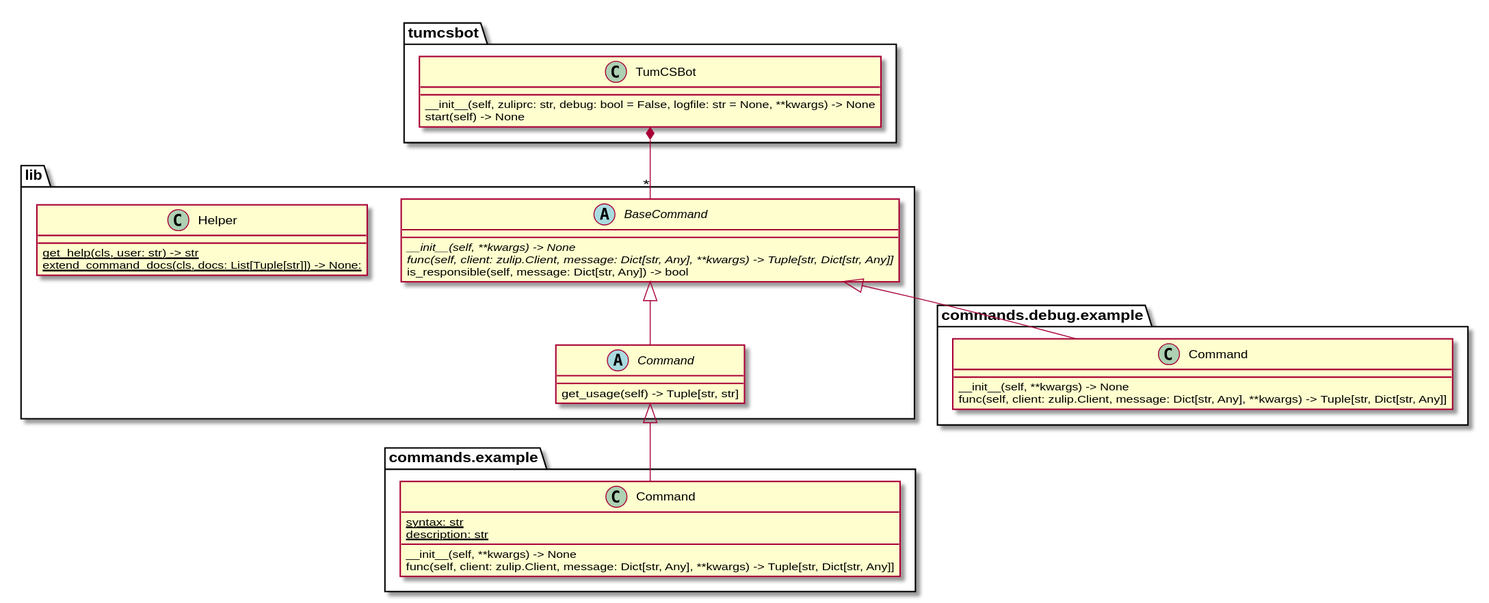
ro-i/tumcsbot keeps this PlantUML diagram as class_diagram.svg. Above is the earlier version.
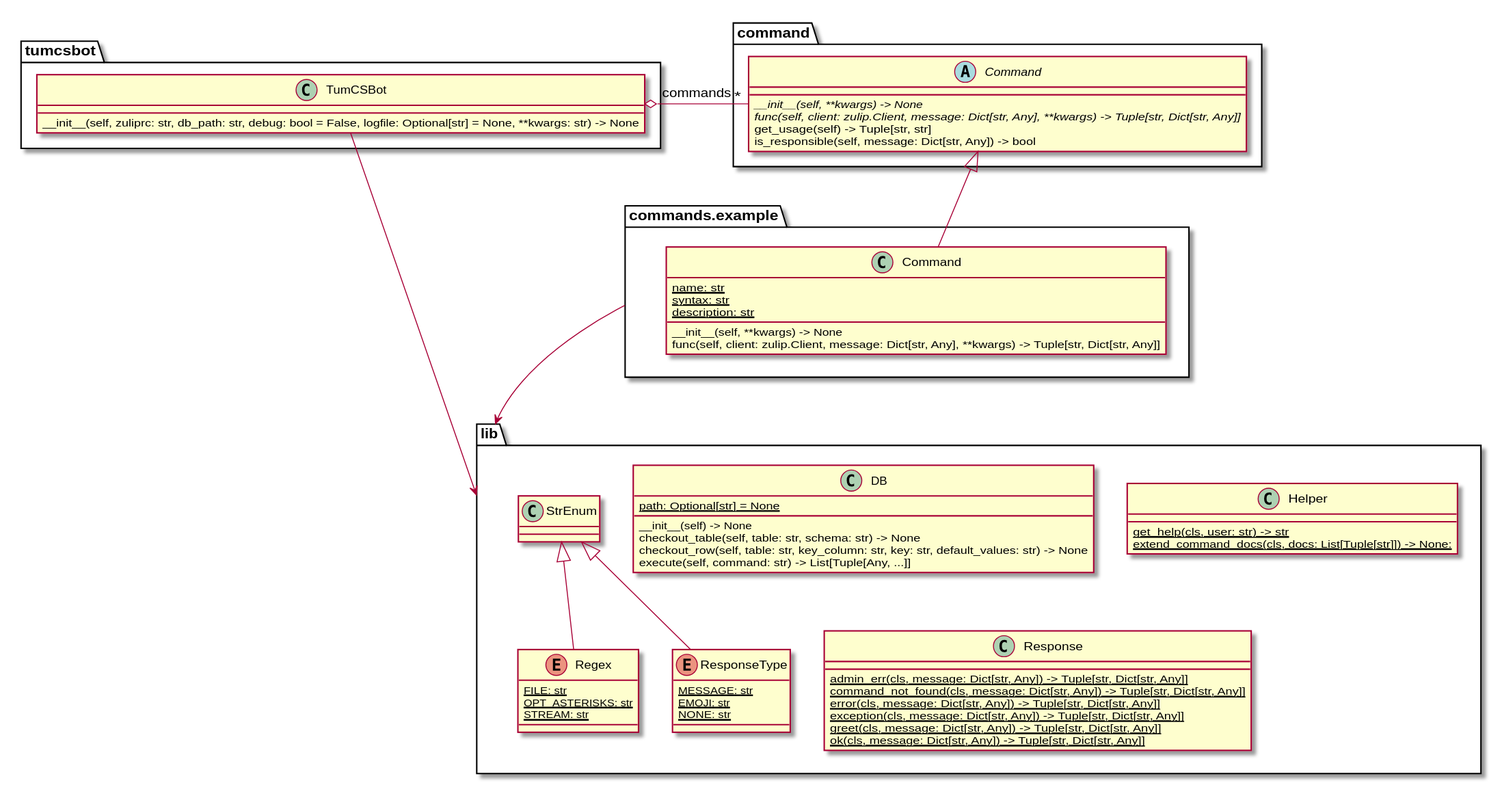
After the change.

The edit, as a diff of the source:
```diff
@@ -1,30 +1,32 @@
 @startuml
 
 class tumcsbot.TumCSBot {
-    __init__(self, zuliprc: str, debug: bool = False, logfile: str = None, **kwargs) -> None
-start(self) -> None
+    __init__(self, zuliprc: str, db_path: str, debug: bool = False, logfile: Optional[str] = None, **kwargs: str) -> None
 }
 
-class commands.example.Command {
+class commands.example.Command extends command.Command {
+{static} name: str
 {static} syntax: str
 {static} description: str
 __init__(self, **kwargs) -> None
 func(self, client: zulip.Client, message: Dict[str, Any], **kwargs) -> Tuple[str, Dict[str, Any]]
 }
 
-class commands.debug.example.Command {
-__init__(self, **kwargs) -> None
-func(self, client: zulip.Client, message: Dict[str, Any], **kwargs) -> Tuple[str, Dict[str, Any]]
-}
-
-abstract class lib.BaseCommand {
+abstract class command.Command {
 {abstract} __init__(self, **kwargs) -> None
 {abstract} func(self, client: zulip.Client, message: Dict[str, Any], **kwargs) -> Tuple[str, Dict[str, Any]]
+get_usage(self) -> Tuple[str, str]
 is_responsible(self, message: Dict[str, Any]) -> bool
 }
 
-abstract class lib.Command {
-get_usage(self) -> Tuple[str, str]
+class lib.StrEnum
+
+class lib.DB {
+{static} path: Optional[str] = None
+__init__(self) -> None
+checkout_table(self, table: str, schema: str) -> None
+checkout_row(self, table: str, key_column: str, key: str, default_values: str) -> None
+execute(self, command: str) -> List[Tuple[Any, ...]]
 }
 
 class lib.Helper {
@@ -32,9 +34,29 @@
 {static} extend_command_docs(cls, docs: List[Tuple[str]]) -> None:
 }
 
-tumcsbot.TumCSBot *-- "*" lib.BaseCommand
-lib.BaseCommand <|-- lib.Command
-lib.Command <|--commands.example.Command
-lib.BaseCommand <|-- commands.debug.example.Command
+class lib.Response {
+{static} admin_err(cls, message: Dict[str, Any]) -> Tuple[str, Dict[str, Any]]
+{static} command_not_found(cls, message: Dict[str, Any]) -> Tuple[str, Dict[str, Any]]
+{static} error(cls, message: Dict[str, Any]) -> Tuple[str, Dict[str, Any]]
+{static} exception(cls, message: Dict[str, Any]) -> Tuple[str, Dict[str, Any]]
+{static} greet(cls, message: Dict[str, Any]) -> Tuple[str, Dict[str, Any]]
+{static} ok(cls, message: Dict[str, Any]) -> Tuple[str, Dict[str, Any]]
+}
+
+enum lib.Regex extends lib.StrEnum {
+{static} FILE: str
+{static} OPT_ASTERISKS: str
+{static} STREAM: str
+}
+
+enum lib.ResponseType extends lib.StrEnum {
+{static} MESSAGE: str
+{static} EMOJI: str
+{static} NONE: str
+}
+
+tumcsbot.TumCSBot o- "*" command.Command  : commands
+tumcsbot.TumCSBot -down-> lib
+commands.example -down-> lib
 
 @enduml
```
